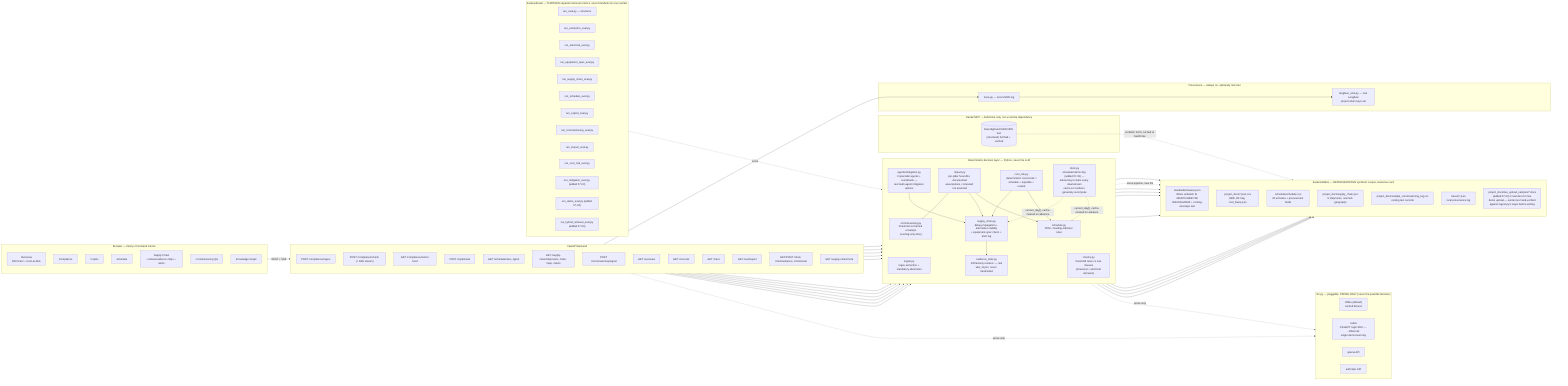
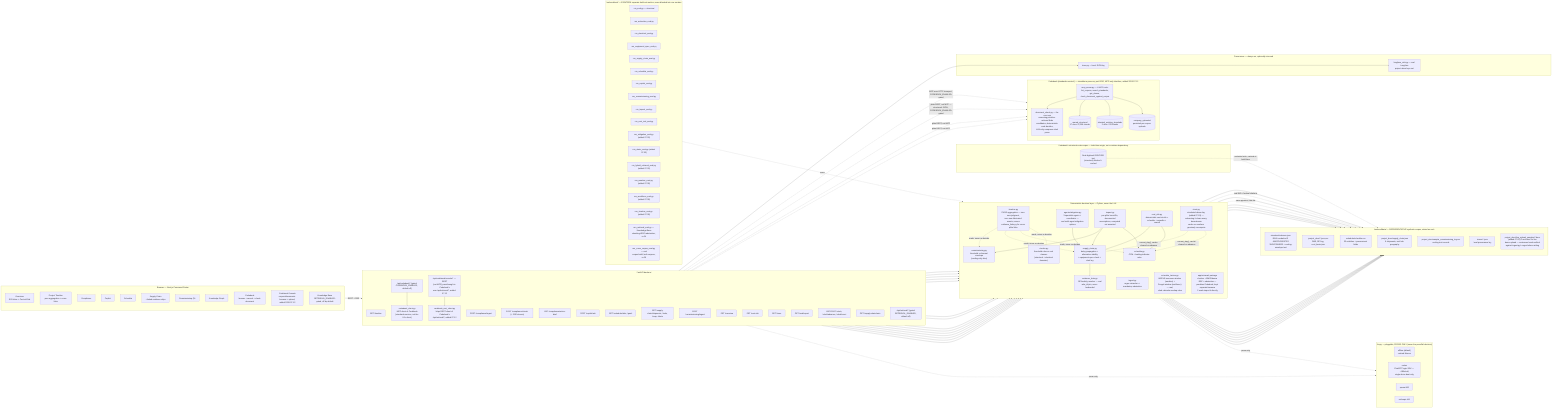
flowchart LR
    subgraph Client["Browser — Next.js Command Center"]
        direction TB
        UI_OV["Overview\nROI ticker + Cost-at-Risk"]
+         UI_TL["Project Timeline\npure aggregation + cross-links"]
        UI_CO["Compliance"]
        UI_CP["Copilot"]
        UI_SC["Schedule"]
-         UI_SU["Supply Chain\n+ linked-evidence chips + alerts"]
+         UI_SU["Supply Chain\n+ linked-evidence chips"]
        UI_CX["Commissioning QA"]
        UI_KG["Knowledge Graph"]
+         UI_CBK["Codebook\nbrowse + search + check-document"]
+         UI_CBC["Codebook Console\ncorpora/documents browser + upload,\nadded 2026-07-12"]
+         UI_KB["Knowledge Base\nRETRIEVAL_ENABLED-gated, off by default"]
    end

    subgraph Backend["FastAPI backend"]
        direction TB
+         API_TL["GET /timeline"]
        API_ING["POST /compliance/ingest"]
        API_CHK["POST /compliance/check (+ SSE stream)"]
        API_AB["GET /compliance/action-brief"]
        API_CP["POST /copilot/ask"]
        API_SD["GET /schedule/risks, /gantt"]
        API_SU["GET /supply-chain/shipments, /risks, /map, /alerts"]
        API_CX["POST /commissioning/ingest"]
        API_OV["GET /overview"]
        API_CR["GET /cost-risk"]
        API_TR["GET /trace"]
        API_EV["GET /eval/report"]
        API_CLK["GET/POST /clock, /clock/advance, /clock/reset"]
        API_META["GET /supply-chain/meta"]
+         API_CBK["/api/codebook/* (gated:\nCODEBOOK_ENABLED, default off)"]
+         API_CBK_CONSOLE["/api/codebook/console/* — REST\n(not MCP) passthrough to Codebook's\nown /api/retrieval/*, added 07-12"]
+         CBCLIENT["codebook_client.py\nMCP client of Codebook\n(standards-service, not the UI's client)"]
+         CBRESTCLIENT["codebook_rest_client.py\nhttpx REST client of Codebook's\n/api/retrieval/*, added 07-12"]
+         API_RET["/api/retrieval/* (gated:\nRETRIEVAL_ENABLED, default off)"]
    end

    subgraph Logic["Deterministic decision layer — Python, never the LLM"]
        direction TB
+         TIMELINE["timeline.py\nPURE aggregation — zero new judgment,\nzero new fabricated events; reuses\nevidence_links.py for cross-pillar links"]
        INGEST["ingest.py\nregex extraction + mandatory abstention"]
        CHECKS["checks.py\nthreshold rules vs real clauses\n(structural + electrical domains)"]
        CPM["schedule.py\nCPM + leading-indicator rules"]
+         SCHEDF["schedule_factors.py\nIMD NE-monsoon window (weather) +\nPongal window (workforce) — real,\ncited calendar-overlap rules"]
        MITIGATE["agents/mitigation.py\n3 specialist agents + coordinator —\nreal multi-agent mitigation options"]
        SCLOGIC["supply_chain.py\ndelay propagation + alternative viability\n+ equipment-spec check + alert log"]
        CXLOGIC["commissioning.py\nthreshold vs thermal envelope\n(cooling-only slice)"]
        LINKS["evidence_links.py\nRFI/activity resolver — real\nwbs_id join, never hardcoded"]
        IMPACT["impact.py\nper-pillar hours/Rs, documented\nassumptions, computed not asserted"]
        COSTRISK["cost_risk.py\ndeterministic cost-at-risk =\nschedule + expedite + rework"]
        CLOCK["clock.py\nsimulated demo day (added 07-03) —\nadvancing it clears every downstream\ncache so numbers genuinely recompute"]
+         RETRIEVAL["app/retrieval/ package\nchunker + BM25/dense RRF + abstention —\npredates Codebook, kept separate because\n2 evals import it directly"]
    end

    subgraph LLM["llm.py — pluggable, PROSE ONLY (never the pass/fail decision)"]
        direction LR
        OFFLINE["offline (default)\ncached fixtures"]
        CODEX["codex\nChatGPT login SDK — ~185s/call,\nsingle demo beat only"]
        OPENAI["openai API"]
        ANTHROPIC["anthropic API"]
    end

    subgraph Data["backend/data/ — REPRESENTATIVE synthetic corpus, stated as such"]
        direction TB
        CLAUSES["standards/clauses.json\nREAL verbatim IS 456/875/1893/732/\n3043/CEA/8623 + cooling-envelope text"]
        PROJDOCS["project_docs/*.json,csv\nDBR, RFI log, cost_basis.json"]
        SCHED["schedule/schedule.csv\n33 activities + procurement fields"]
        SUPPLY["project_docs/supply_chain.json\n6 shipments, real hub geography"]
        CXLOG["project_docs/sample_commissioning_log.csv\ncooling test records"]
        TRACES["traces/*.json\nlocal provenance log"]
        LIVEUP["project_docs/live_upload_samples/*.docx\n(added 07-03) 2 real docs for live\ndemo upload — sentences hand-verified\nagainst ingest.py's regex before writing"]
    end

-     subgraph Manak["manak MCP — build-time only, not a runtime dependency"]
+     subgraph Manak["Codebook's structural-code corpus — build-time origin, not a runtime dependency"]
        MCP[("Real digitised IS/IRC/IRS text\n(structural) fetched + cached")]
+     end
+ 
+     subgraph CodebookSvc["Codebook (standards-service/) — standalone process, port 8010, MCP-only interface, added 2026-07-10"]
+         direction TB
+         CB_MCP["mcp_server.py — 4 MCP tools:\nlist_corpora, search_standards,\nget_clause, check_document_against_corpus"]
+         CB_DOC["document_check.py — the one new\nreasoning primitive: retrieval finds\ncandidates, deterministic code decides,\nLLM only composes cited prose"]
+         CB_STRUCT[("manak_structural\n17 docs / 6,206 chunks")]
+         CB_EXIST[("sitemind_existing_standards\n2 docs / 29 chunks")]
+         CB_COMPANY[("company_uploaded\npersisted per-corpus uploads")]
    end

    subgraph Trace["Provenance — always on, optionally mirrored"]
        LOCALTRACE["trace.py — local JSON log"]
        LANGFUSE["langfuse_sink.py — real Langfuse\nproject when keys set"]
    end

-     subgraph Evals["backend/eval/ — THIRTEEN separate held-out metrics, never blended into one number"]
+     subgraph Evals["backend/eval/ — EIGHTEEN separate held-out metrics, never blended into one number"]
        direction LR
        E1["run_eval.py — structural"]
        E2["run_extraction_eval.py"]
        E3["run_electrical_eval.py"]
        E4["run_equipment_spec_eval.py"]
        E5["run_supply_chain_eval.py"]
        E6["run_schedule_eval.py"]
        E7["run_copilot_eval.py"]
        E8["run_commissioning_eval.py"]
        E9["run_impact_eval.py"]
        E10["run_cost_risk_eval.py"]
        E11["run_mitigation_eval.py (added 07-03)"]
        E12["run_alerts_eval.py (added 07-03)"]
        E13["run_hybrid_retrieval_eval.py (added 07-03)"]
+         E14["run_weather_eval.py (added 07-08)"]
+         E15["run_workforce_eval.py (added 07-08)"]
+         E16["run_timeline_eval.py (added 07-08)"]
+         E17["run_retrieval_eval.py — Knowledge Base\nchunking+RRF+abstention, n=24"]
+         E18["run_cross_corpus_eval.py — real\ncorpus build, both corpora, n=26"]
    end

    Client -- "REST + SSE" --> Backend
+     API_TL --> TIMELINE
+     TIMELINE -. "reads, never re-decides" .-> CHECKS
+     TIMELINE -. "reads, never re-decides" .-> CPM
+     TIMELINE -. "reads, never re-decides" .-> SCLOGIC
+     TIMELINE -. "reads, never re-decides" .-> CXLOGIC
+     TIMELINE --> PROJDOCS
+     API_SD --> SCHEDF
+     SCHEDF -. "real IMD + festival citations" .-> PROJDOCS
    API_ING --> INGEST --> PROJDOCS
    INGEST -. "same pipeline, new file" .-> LIVEUP
    API_CHK --> CHECKS --> CLAUSES
+     API_SD --> MITIGATE
+     MITIGATE --> SCLOGIC
    CHECKS -. "prose only" .-> LLM
    API_CP -. "prose only" .-> LLM
    API_SD --> CPM --> SCHED
-     API_SD --> MITIGATE
-     MITIGATE --> SCLOGIC
    API_SU --> SCLOGIC --> SUPPLY
    API_META --> SCLOGIC
    SCLOGIC --> LINKS --> PROJDOCS
    SCLOGIC --> SCHED
    API_CX --> CXLOGIC --> CLAUSES
    CXLOGIC --> CXLOG
    API_AB --> CHECKS
    API_OV --> IMPACT
    API_CR --> COSTRISK
    IMPACT --> CPM
    IMPACT --> SCLOGIC
    IMPACT --> CXLOGIC
    COSTRISK --> CPM
    COSTRISK --> SCLOGIC
    COSTRISK --> PROJDOCS
    API_CLK --> CLOCK
    CLOCK -. "current_day(), cache-cleared on advance" .-> CPM
    CLOCK -. "current_day(), cache-cleared on advance" .-> SCLOGIC
+     API_CBK --> CBCLIENT
+     CBCLIENT -. "MCP over HTTP transport, CODEBOOK_ENABLED-gated" .-> CB_MCP
+     CB_MCP --> CB_DOC
+     CB_MCP --> CB_STRUCT
+     CB_MCP --> CB_EXIST
+     CB_MCP --> CB_COMPANY
+     API_CBK_CONSOLE --> CBRESTCLIENT
+     CBRESTCLIENT -. "plain REST, not MCP —\nstructured JSON, CODEBOOK_ENABLED-gated" .-> CB_STRUCT
+     CBRESTCLIENT -. "plain REST, not MCP" .-> CB_EXIST
+     CBRESTCLIENT -. "plain REST, not MCP" .-> CB_COMPANY
+     API_RET --> RETRIEVAL --> PROJDOCS
    Backend --> LOCALTRACE --> LANGFUSE
    MCP -. "verbatim fetch, cached at build time" .-> CLAUSES
    Evals -. "score" .-> Logic
